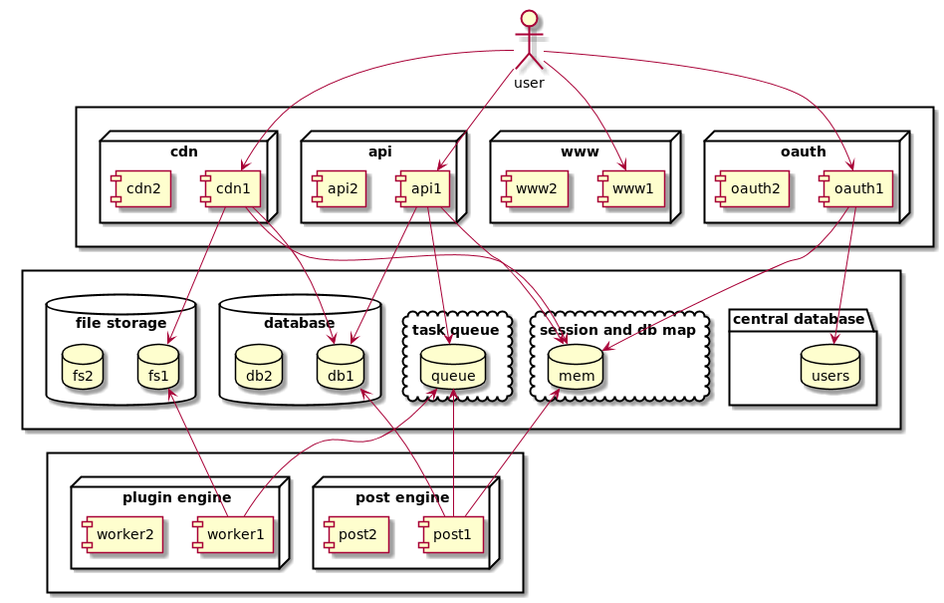
Before: doc/Architecture.png, a diagram exported from PlantUML (adiog/io_quicksave_dev).
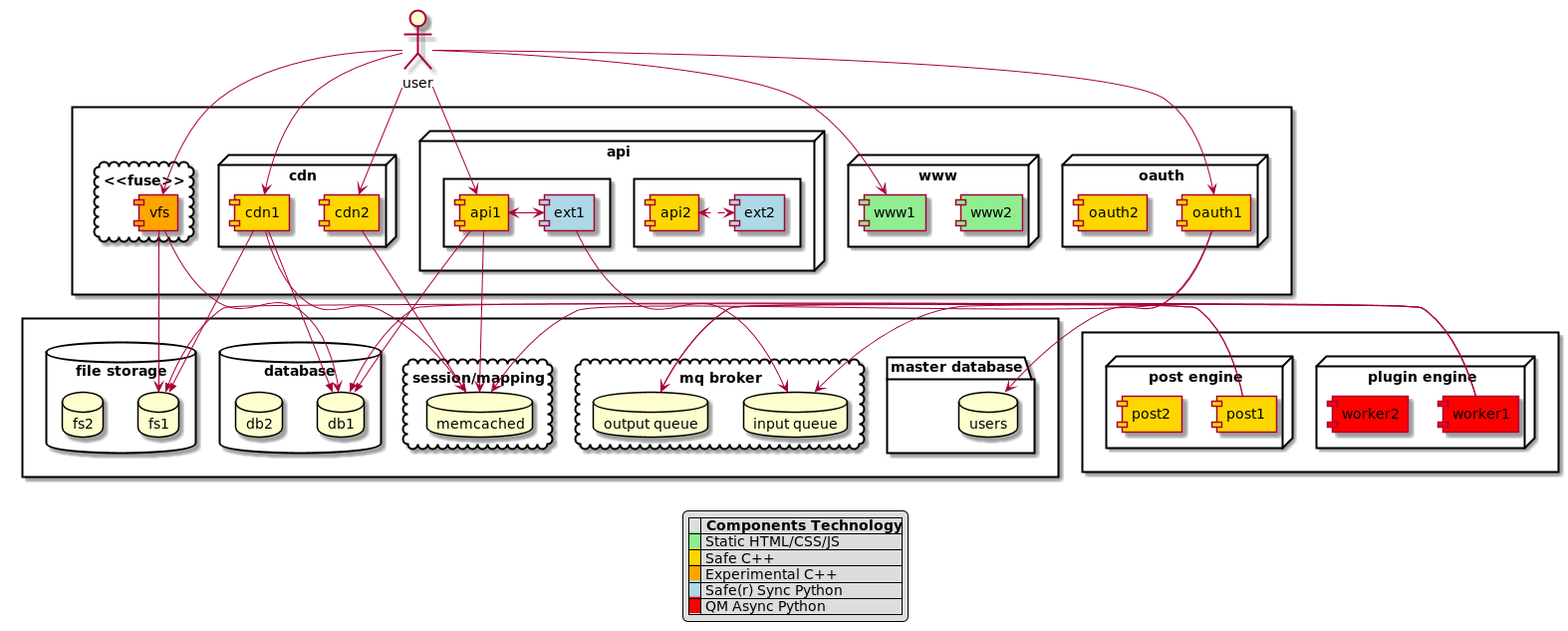
The same diagram one commit later.

Commit message:
fuse intro

What changed in the source:
```diff
@@ -3,84 +3,114 @@
 actor user
 
 rectangle {
-node "oauth" {
-[oauth1]
-[oauth2]
+  node "oauth" {
+    [oauth1] #Gold
+    [oauth2] #Gold
+  }
+
+  node "www" {
+    [www2] #LightGreen
+    [www1] #LightGreen
+  }
+
+  node "api" {
+    rectangle {
+    [api2] #Gold
+    [ext2] #LightBlue
+    }
+    rectangle {
+    [api1] #Gold
+    [ext1] #LightBlue
+    }
+  }
+
+  node "cdn" {
+    [cdn1] #Gold
+    [cdn2] #Gold
+  }
+
+    cloud "<<fuse>>" {
+       [vfs] #Orange
+    }
 }
 
-node "www" {
-[www1]
-[www2]
 
-}
 
-node "api" {
-[api1]
-[api2]
-}
+rectangle {
+  cloud "session/mapping" {
+    database memcached as mem
+  }
 
-node "cdn" {
-[cdn1]
-[cdn2]
-}
+  cloud "mq broker" {
+    database "input queue" as input
+    database "output queue" as output
+  }
+
+  package "master database" {
+    database users as map
+  }
+
+  database database {
+    database db1
+    database db2
+  }
+
+
+  database "file storage" {
+    database fs1
+    database fs2
+  }
 }
 
 rectangle {
-cloud "session and db map" {
-database mem
+  node "plugin engine" {
+    [worker1] #Red
+    [worker2] #Red
+  }
+
+  node "post engine" {
+    [post1] #Gold
+    [post2] #Gold
+   }
 }
-
-cloud "task queue" {
-database queue
-}
-
-package "central database" {
-database users as map
-}
-database database {
-database db1
-database db2
-}
-
-
-database "file storage" {
-database fs1
-database fs2
-}
-}
-
-rectangle {
-node "plugin engine" {
-[worker1]
-[worker2]
-}
-
-node "post engine" {
-[post1]
-[post2]
-}
-}
-
 
 
 user --> [www1]
 user --> [api1]
 user --> [cdn1]
+user --> [cdn2]
+user --> vfs
+
+
 
 [api1] --> mem
 user --> [oauth1]
-
-[cdn1] --> db1
+[cdn1] ->> db1
+[cdn2] -> mem
 [oauth1] --> map
 [cdn1] -> mem
 [oauth1] -> mem
 
-[cdn1] -> fs1
-[api1] -> db1
-[api1] -> queue
-queue <- [worker1]
-fs1 <- [worker1]
-queue <- [post1]
-mem <- [post1]
-db1 <- [post1]
+[vfs] -> db1
+[vfs] -> fs1
+[cdn1] ->> fs1
+[api1] ->> db1
+[api1] <-> [ext1]
+[api2] <.> [ext2]
+[ext1] -> input
+input <- [worker1]
+output <- [worker1]
+fs1 <<- [worker1]
+output <- [post1]
+
+db1 <<- [post1]
+
+legend
+|= |= Components Technology|
+|<back:lightgreen>   </back>| Static HTML/CSS/JS |
+|<back:gold>   </back>| Safe C++ |
+|<back:orange>   </back>| Experimental C++ |
+|<back:lightblue>   </back>| Safe(r) Sync Python |
+|<back:red>   </back>| QM Async Python |
+endlegend
 @enduml
```
